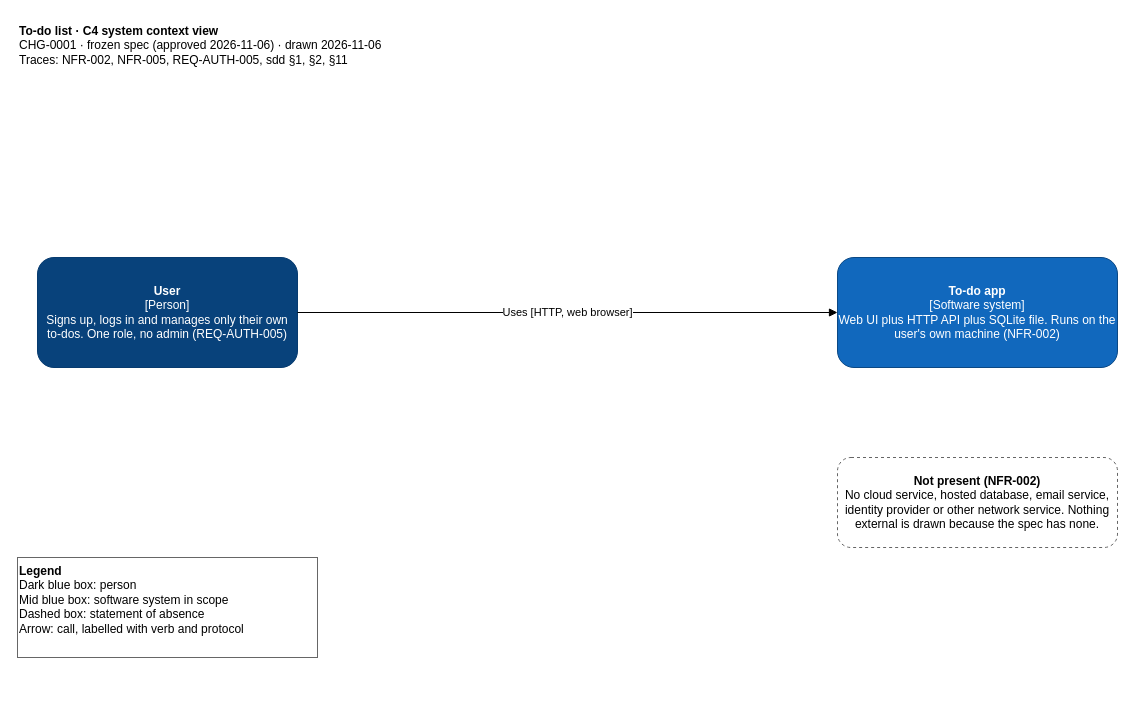
The draw.io diagram docs/specs/CHG-0001/design/architecture/c4-context.drawio in alokkulkarni/testharness2, before the edit. Source tidied: cells renumbered, new cells numbered last; positions are measured from the earlier drawing's top-left corner, leaving out a move shared by most shapes. Both pictures are drawn from the tidied source at 100%, with x=0, y=0 at pixel (17, 17).
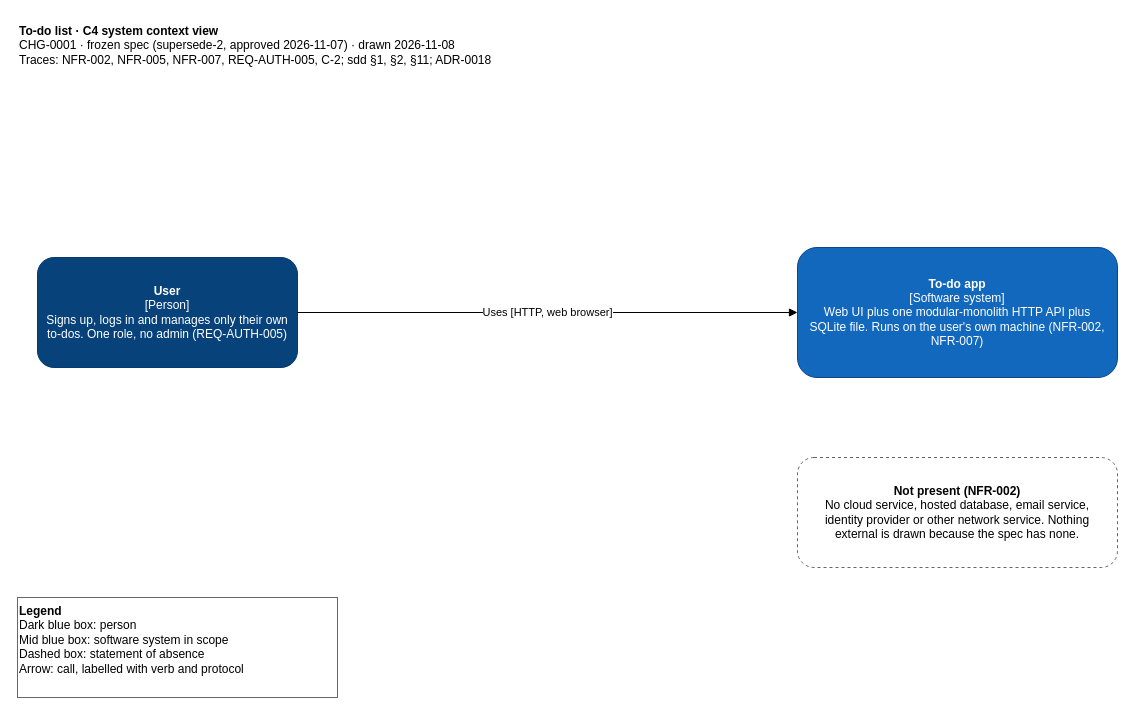
Above is the later version.

Change to the diagram source:
```diff
@@
 <mxGraphModel>
   <root>
     <mxCell id="0" />
     <mxCell id="1" parent="0" />
-    <mxCell id="2" value="&lt;b&gt;To-do list · C4 system context view&lt;/b&gt;&lt;br&gt;CHG-0001 · frozen spec (approved 2026-11-06) · drawn 2026-11-06&lt;br&gt;Traces: NFR-002, NFR-005, REQ-AUTH-005, sdd §1, §2, §11" style="text;html=1;align=left;verticalAlign=top;whiteSpace=wrap;" parent="1" vertex="1">
-      <mxGeometry width="620" height="60" as="geometry" />
+    <mxCell id="2" value="&lt;b&gt;To-do list · C4 system context view&lt;/b&gt;&lt;br&gt;CHG-0001 · frozen spec (supersede-2, approved 2026-11-07) · drawn 2026-11-08&lt;br&gt;Traces: NFR-002, NFR-005, NFR-007, REQ-AUTH-005, C-2; sdd §1, §2, §11; ADR-0018" style="text;harness=title;html=1;align=left;verticalAlign=top;whiteSpace=wrap;" parent="1" vertex="1">
+      <mxGeometry width="820" height="70" as="geometry" />
     </mxCell>
     <mxCell id="3" value="&lt;b&gt;User&lt;/b&gt;&lt;br&gt;[Person]&lt;br&gt;Signs up, logs in and manages only their own to-dos. One role, no admin (REQ-AUTH-005)" style="rounded=1;whiteSpace=wrap;html=1;fillColor=#08427B;strokeColor=#073B6F;fontColor=#FFFFFF;" parent="1" vertex="1">
       <mxGeometry x="20" y="240" width="260" height="110" as="geometry" />
     </mxCell>
-    <mxCell id="4" value="&lt;b&gt;To-do app&lt;/b&gt;&lt;br&gt;[Software system]&lt;br&gt;Web UI plus HTTP API plus SQLite file. Runs on the user's own machine (NFR-002)" style="rounded=1;whiteSpace=wrap;html=1;fillColor=#1168BD;strokeColor=#0B4884;fontColor=#FFFFFF;" parent="1" vertex="1">
-      <mxGeometry x="820" y="240" width="280" height="110" as="geometry" />
+    <mxCell id="4" value="&lt;b&gt;To-do app&lt;/b&gt;&lt;br&gt;[Software system]&lt;br&gt;Web UI plus one modular-monolith HTTP API plus SQLite file. Runs on the user's own machine (NFR-002, NFR-007)" style="rounded=1;whiteSpace=wrap;html=1;spacingLeft=10;spacingRight=10;fillColor=#1168BD;strokeColor=#0B4884;fontColor=#FFFFFF;" parent="1" vertex="1">
+      <mxGeometry x="780" y="230" width="320" height="130" as="geometry" />
     </mxCell>
-    <mxCell id="5" value="&lt;b&gt;Not present (NFR-002)&lt;/b&gt;&lt;br&gt;No cloud service, hosted database, email service, identity provider or other network service. Nothing external is drawn because the spec has none." style="rounded=1;dashed=1;whiteSpace=wrap;html=1;fillColor=none;strokeColor=#666666;" parent="1" vertex="1">
-      <mxGeometry x="820" y="440" width="280" height="90" as="geometry" />
+    <mxCell id="5" value="&lt;b&gt;Not present (NFR-002)&lt;/b&gt;&lt;br&gt;No cloud service, hosted database, email service, identity provider or other network service. Nothing external is drawn because the spec has none." style="rounded=1;dashed=1;whiteSpace=wrap;html=1;spacingLeft=10;spacingRight=10;fillColor=none;strokeColor=#666666;" parent="1" vertex="1">
+      <mxGeometry x="780" y="440" width="320" height="110" as="geometry" />
     </mxCell>
     <mxCell id="6" value="Uses [HTTP, web browser]" style="edgeStyle=orthogonalEdgeStyle;rounded=1;html=1;endArrow=block;" parent="1" edge="1" source="3" target="4">
       <mxGeometry relative="1" as="geometry" />
     </mxCell>
-    <mxCell id="7" value="&lt;b&gt;Legend&lt;/b&gt;&lt;br&gt;Dark blue box: person&lt;br&gt;Mid blue box: software system in scope&lt;br&gt;Dashed box: statement of absence&lt;br&gt;Arrow: call, labelled with verb and protocol" style="text;html=1;align=left;verticalAlign=top;whiteSpace=wrap;strokeColor=#666666;" parent="1" vertex="1">
-      <mxGeometry y="540" width="300" height="100" as="geometry" />
+    <mxCell id="7" value="&lt;b&gt;Legend&lt;/b&gt;&lt;br&gt;Dark blue box: person&lt;br&gt;Mid blue box: software system in scope&lt;br&gt;Dashed box: statement of absence&lt;br&gt;Arrow: call, labelled with verb and protocol" style="text;harness=legend;html=1;align=left;verticalAlign=top;whiteSpace=wrap;strokeColor=#666666;" parent="1" vertex="1">
+      <mxGeometry y="580" width="320" height="100" as="geometry" />
     </mxCell>
   </root>
 </mxGraphModel>
```
